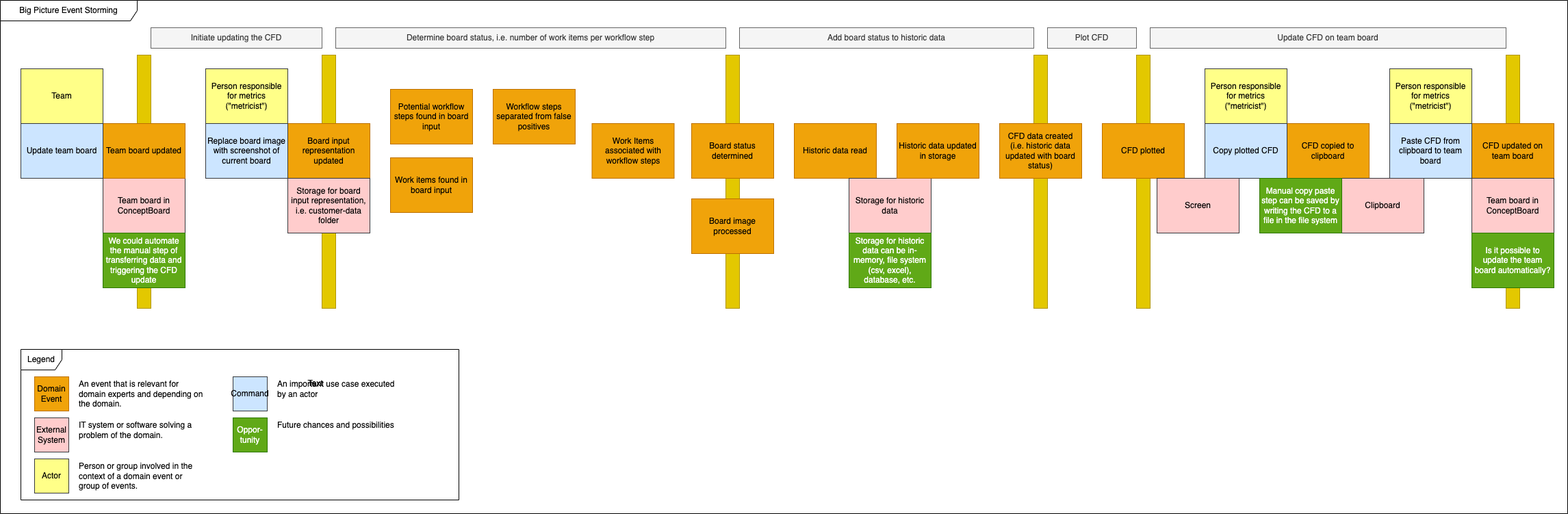
Above: docs/02_refine_subdomains.drawio.png in wonderbird/kanban_metrics (draw.io), before the change. Source tidied: cells renumbered, new cells last; positions are measured from the earlier drawing's top-left corner, leaving out a move shared by most shapes.
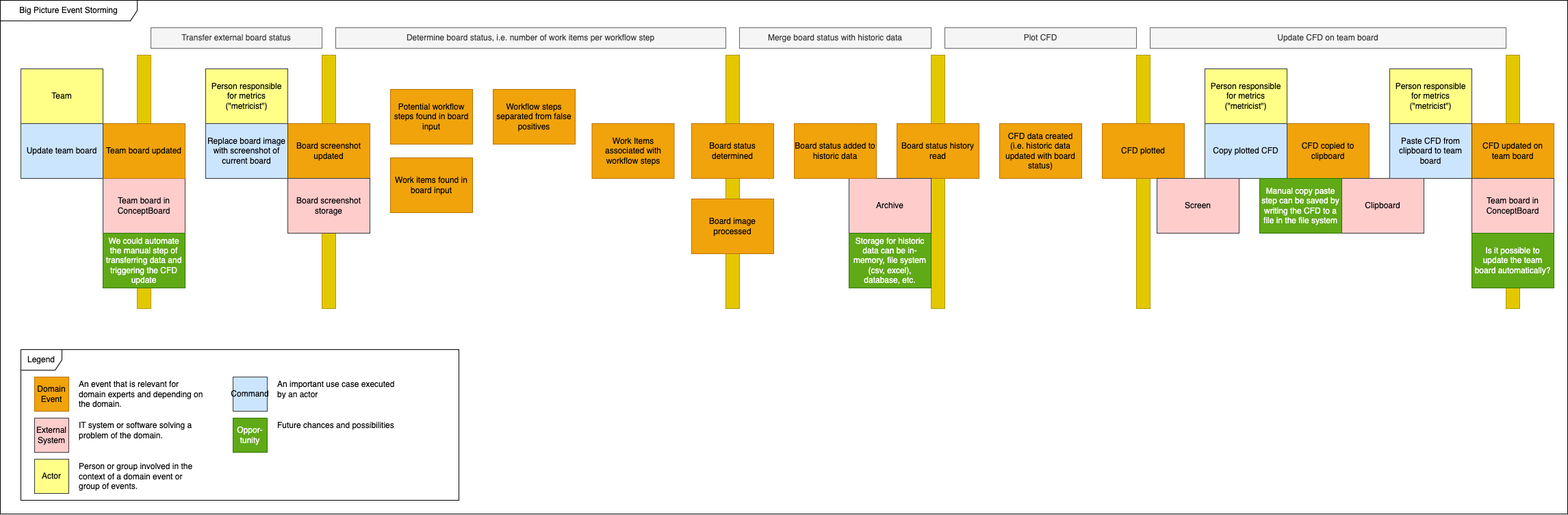
After the change.

What changed in the source:
```diff
@@ -18,7 +18,7 @@
       <mxGeometry x="470" y="80" width="20" height="370" as="geometry" />
     </mxCell>
     <mxCell id="7" style="rounded=0;whiteSpace=wrap;html=1;fillColor=#e3c800;strokeColor=#B09500;fontColor=#000000;" parent="1" vertex="1">
-      <mxGeometry x="1510" y="80" width="20" height="370" as="geometry" />
+      <mxGeometry x="1360" y="80" width="20" height="370" as="geometry" />
     </mxCell>
     <mxCell id="8" style="rounded=0;whiteSpace=wrap;html=1;fillColor=#e3c800;strokeColor=#B09500;fontColor=#000000;" parent="1" vertex="1">
       <mxGeometry x="1060" y="80" width="20" height="370" as="geometry" />
@@ -41,11 +41,8 @@
     <mxCell id="14" value="Determine board status, i.e. number of work items per workflow step" style="rounded=0;whiteSpace=wrap;html=1;fillColor=#f5f5f5;strokeColor=#666666;fontColor=#333333;" parent="1" vertex="1">
       <mxGeometry x="490" y="40" width="570" height="30" as="geometry" />
     </mxCell>
-    <mxCell id="15" value="CFD data created&lt;br&gt;(i.e. historic data updated with board status)" style="rounded=0;whiteSpace=wrap;html=1;fillColor=#f0a30a;fontColor=#000000;strokeColor=#BD7000;" parent="1" vertex="1">
-      <mxGeometry x="1460" y="180" width="120" height="80" as="geometry" />
-    </mxCell>
-    <mxCell id="16" value="Historic data read" style="rounded=0;whiteSpace=wrap;html=1;fillColor=#f0a30a;fontColor=#000000;strokeColor=#BD7000;" parent="1" vertex="1">
-      <mxGeometry x="1160" y="180" width="120" height="80" as="geometry" />
+    <mxCell id="16" value="Board status history read" style="rounded=0;whiteSpace=wrap;html=1;fillColor=#f0a30a;fontColor=#000000;strokeColor=#BD7000;" parent="1" vertex="1">
+      <mxGeometry x="1310" y="180" width="120" height="80" as="geometry" />
     </mxCell>
     <mxCell id="17" value="Work items found in board input" style="rounded=0;whiteSpace=wrap;html=1;fillColor=#f0a30a;fontColor=#000000;strokeColor=#BD7000;" parent="1" vertex="1">
       <mxGeometry x="570" y="230" width="120" height="80" as="geometry" />
@@ -53,13 +50,13 @@
     <mxCell id="18" value="Potential workflow steps found in board input" style="rounded=0;whiteSpace=wrap;html=1;fillColor=#f0a30a;fontColor=#000000;strokeColor=#BD7000;" parent="1" vertex="1">
       <mxGeometry x="570" y="130" width="120" height="80" as="geometry" />
     </mxCell>
-    <mxCell id="19" value="Add board status to historic data" style="rounded=0;whiteSpace=wrap;html=1;fillColor=#f5f5f5;strokeColor=#666666;fontColor=#333333;" parent="1" vertex="1">
-      <mxGeometry x="1080" y="40" width="430" height="30" as="geometry" />
+    <mxCell id="19" value="Merge board status with historic data" style="rounded=0;whiteSpace=wrap;html=1;fillColor=#f5f5f5;strokeColor=#666666;fontColor=#333333;" parent="1" vertex="1">
+      <mxGeometry x="1080" y="40" width="280" height="30" as="geometry" />
     </mxCell>
     <mxCell id="20" value="Update CFD on team board" style="rounded=0;whiteSpace=wrap;html=1;fillColor=#f5f5f5;strokeColor=#666666;fontColor=#333333;" parent="1" vertex="1">
       <mxGeometry x="1680" y="40" width="520" height="30" as="geometry" />
     </mxCell>
-    <mxCell id="21" value="Board input representation updated" style="rounded=0;whiteSpace=wrap;html=1;fillColor=#f0a30a;fontColor=#000000;strokeColor=#BD7000;" parent="1" vertex="1">
+    <mxCell id="21" value="Board screenshot updated" style="rounded=0;whiteSpace=wrap;html=1;fillColor=#f0a30a;fontColor=#000000;strokeColor=#BD7000;" parent="1" vertex="1">
       <mxGeometry x="420" y="180" width="120" height="80" as="geometry" />
     </mxCell>
     <mxCell id="22" value="CFD copied to clipboard" style="rounded=0;whiteSpace=wrap;html=1;fillColor=#f0a30a;fontColor=#000000;strokeColor=#BD7000;" parent="1" vertex="1">
@@ -69,7 +66,7 @@
       <mxGeometry x="2150" y="180" width="120" height="80" as="geometry" />
     </mxCell>
     <mxCell id="24" value="Plot CFD" style="rounded=0;whiteSpace=wrap;html=1;fillColor=#f5f5f5;strokeColor=#666666;fontColor=#333333;" parent="1" vertex="1">
-      <mxGeometry x="1530" y="40" width="130" height="30" as="geometry" />
+      <mxGeometry x="1380" y="40" width="280" height="30" as="geometry" />
     </mxCell>
     <mxCell id="25" value="Team board in ConceptBoard" style="rounded=0;whiteSpace=wrap;html=1;fillColor=#ffcccc;strokeColor=#36393d;fontColor=#000000;" parent="1" vertex="1">
       <mxGeometry x="150" y="260" width="120" height="80" as="geometry" />
@@ -89,11 +86,11 @@
     <mxCell id="30" value="Update team board" style="rounded=0;whiteSpace=wrap;html=1;fillColor=#cce5ff;strokeColor=#36393d;fontColor=#000000;" parent="1" vertex="1">
       <mxGeometry x="30" y="180" width="120" height="80" as="geometry" />
     </mxCell>
-    <mxCell id="31" value="Storage for historic data" style="rounded=0;whiteSpace=wrap;html=1;fillColor=#ffcccc;strokeColor=#36393d;fontColor=#000000;" parent="1" vertex="1">
+    <mxCell id="31" value="Archive" style="rounded=0;whiteSpace=wrap;html=1;fillColor=#ffcccc;strokeColor=#36393d;fontColor=#000000;" parent="1" vertex="1">
       <mxGeometry x="1240" y="260" width="120" height="80" as="geometry" />
     </mxCell>
-    <mxCell id="32" value="Historic data updated in storage" style="rounded=0;whiteSpace=wrap;html=1;fillColor=#f0a30a;fontColor=#000000;strokeColor=#BD7000;" parent="1" vertex="1">
-      <mxGeometry x="1310" y="180" width="120" height="80" as="geometry" />
+    <mxCell id="32" value="Board status added to historic data" style="rounded=0;whiteSpace=wrap;html=1;fillColor=#f0a30a;fontColor=#000000;strokeColor=#BD7000;" parent="1" vertex="1">
+      <mxGeometry x="1160" y="180" width="120" height="80" as="geometry" />
     </mxCell>
     <mxCell id="33" value="Storage for historic data can be in-memory, file system (csv, excel), database, etc." style="rounded=0;whiteSpace=wrap;html=1;fillColor=#60a917;strokeColor=#2D7600;fontColor=#ffffff;" parent="1" vertex="1">
       <mxGeometry x="1240" y="340" width="120" height="80" as="geometry" />
@@ -119,10 +116,10 @@
     <mxCell id="40" value="Person responsible for metrics (&quot;metricist&quot;)" style="rounded=0;whiteSpace=wrap;html=1;fillColor=#ffff88;strokeColor=#36393d;fontColor=#000000;" parent="1" vertex="1">
       <mxGeometry x="2030" y="100" width="120" height="80" as="geometry" />
     </mxCell>
-    <mxCell id="41" value="Storage for board input representation, i.e. customer-data folder" style="rounded=0;whiteSpace=wrap;html=1;fillColor=#ffcccc;strokeColor=#36393d;fontColor=#000000;" parent="1" vertex="1">
+    <mxCell id="41" value="Board screenshot storage" style="rounded=0;whiteSpace=wrap;html=1;fillColor=#ffcccc;strokeColor=#36393d;fontColor=#000000;" parent="1" vertex="1">
       <mxGeometry x="420" y="260" width="120" height="80" as="geometry" />
     </mxCell>
-    <mxCell id="42" value="Initiate updating the CFD" style="rounded=0;whiteSpace=wrap;html=1;fillColor=#f5f5f5;strokeColor=#666666;fontColor=#333333;" parent="1" vertex="1">
+    <mxCell id="42" value="Transfer external board status" style="rounded=0;whiteSpace=wrap;html=1;fillColor=#f5f5f5;strokeColor=#666666;fontColor=#333333;" parent="1" vertex="1">
       <mxGeometry x="220" y="40" width="250" height="30" as="geometry" />
     </mxCell>
     <mxCell id="43" value="We could automate the manual step of transferring data and triggering the CFD update" style="rounded=0;whiteSpace=wrap;html=1;fillColor=#60a917;strokeColor=#2D7600;fontColor=#ffffff;" parent="1" vertex="1">
@@ -167,8 +164,8 @@
     <mxCell id="56" value="&lt;br&gt;Future chances and possibilities" style="text;html=1;strokeColor=none;fillColor=none;spacing=5;spacingTop=-20;whiteSpace=wrap;overflow=hidden;rounded=0;" parent="1" vertex="1">
       <mxGeometry x="400" y="610" width="190" height="50" as="geometry" />
     </mxCell>
-    <mxCell id="57" value="Text" style="text;html=1;align=center;verticalAlign=middle;fillColor=none;strokeColor=none;rounded=0;" parent="1" vertex="1">
-      <mxGeometry x="435" y="545" width="50" height="30" as="geometry" />
-    </mxCell>
+    <mxCell id="15" value="CFD data created&lt;br&gt;(i.e. historic data updated with board status)" style="rounded=0;whiteSpace=wrap;html=1;fillColor=#f0a30a;fontColor=#000000;strokeColor=#BD7000;" parent="1" vertex="1">
+      <mxGeometry x="1460" y="180" width="120" height="80" as="geometry" />
+    </mxCell>
   </root>
 </mxGraphModel>
```
